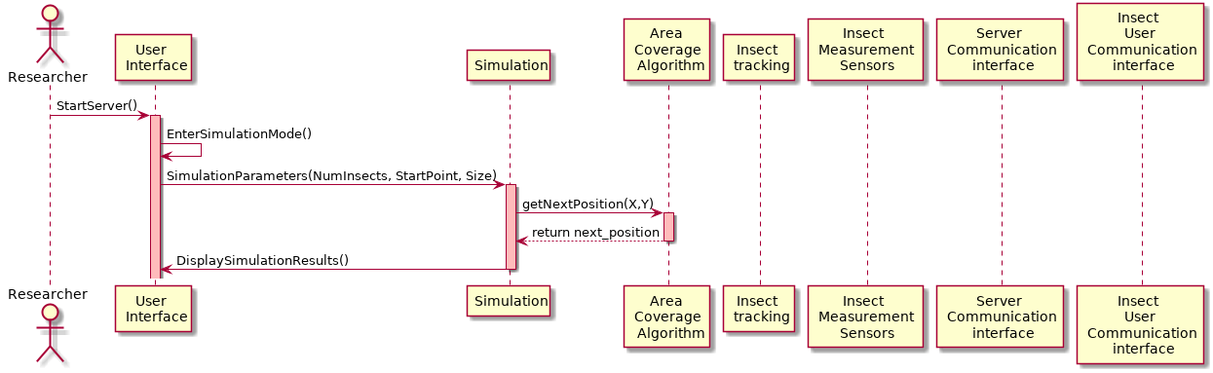
This is Doc/System Design/diagram/sequence.png from apanesarr/capstone, a PlantUML export, as it was before one commit. Source of this version:
```plantuml
@startuml
actor "Researcher" as User
participant "User \n Interface" as ui
participant Simulation
participant "Area \n Coverage \n Algorithm" as area
participant "Insect \n tracking" as tracking
participant "Insect \n Measurement \n Sensors" as sensors
participant "Server \n Communication \n interface" as servercomm
participant "Insect \n User \n Communication \n interface" as insectcomm

User -> ui : StartServer()
activate ui #FFBBBB

ui -> ui : EnterSimulationMode()

ui -> Simulation : SimulationParameters(NumInsects, StartPoint, Size)
activate Simulation #FFBBBB

Simulation -> area : getNextPosition(X,Y)
activate area #FFBBBB

area --> Simulation : return next_position

deactivate area

Simulation -> ui : DisplaySimulationResults()
deactivate Simulation



@enduml
```
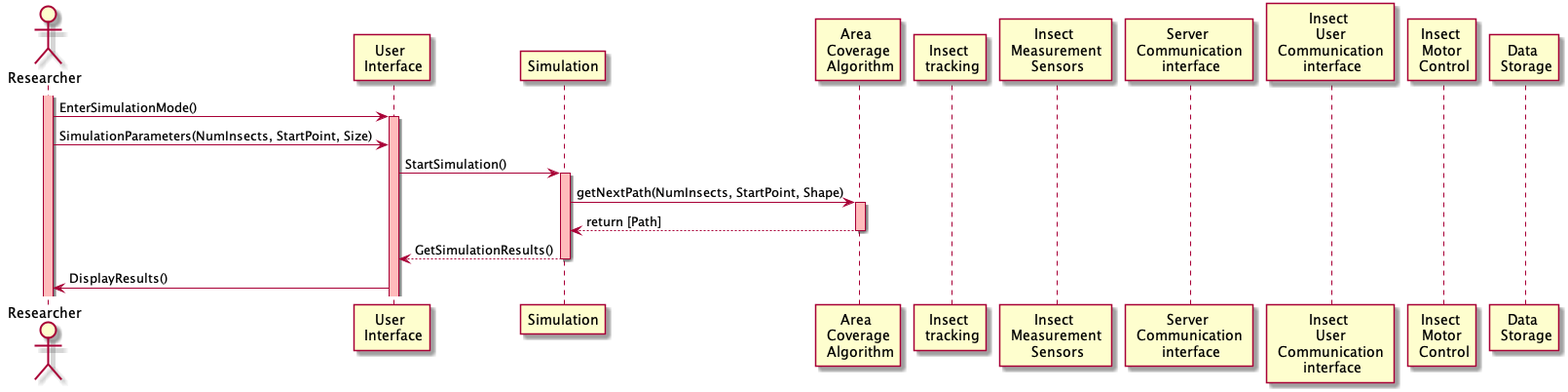
Above is the later version.

The edit, as a diff of the source:
```diff
@@ -7,25 +7,21 @@
 participant "Insect \n Measurement \n Sensors" as sensors
 participant "Server \n Communication \n interface" as servercomm
 participant "Insect \n User \n Communication \n interface" as insectcomm
-
-User -> ui : StartServer()
-activate ui #FFBBBB
-
-ui -> ui : EnterSimulationMode()
-
-ui -> Simulation : SimulationParameters(NumInsects, StartPoint, Size)
-activate Simulation #FFBBBB
-
-Simulation -> area : getNextPosition(X,Y)
-activate area #FFBBBB
-
-area --> Simulation : return next_position
-
-deactivate area
-
-Simulation -> ui : DisplaySimulationResults()
-deactivate Simulation
+participant "Insect \n Motor \n Control" as imc
+participant "Data \n Storage" as ds
 
 
-
+activate User #FFBBBB
+User -> ui : EnterSimulationMode()
+activate ui #FFBBBB
+User -> ui : SimulationParameters(NumInsects, StartPoint, Size)
+ui -> Simulation : StartSimulation()
+activate Simulation #FFBBBB
+Simulation -> area : getNextPath(NumInsects, StartPoint, Shape)
+activate area #FFBBBB
+area --> Simulation : return [Path]
+deactivate area
+Simulation --> ui : GetSimulationResults()
+deactivate Simulation
+ui -> User : DisplayResults()
 @enduml
```
